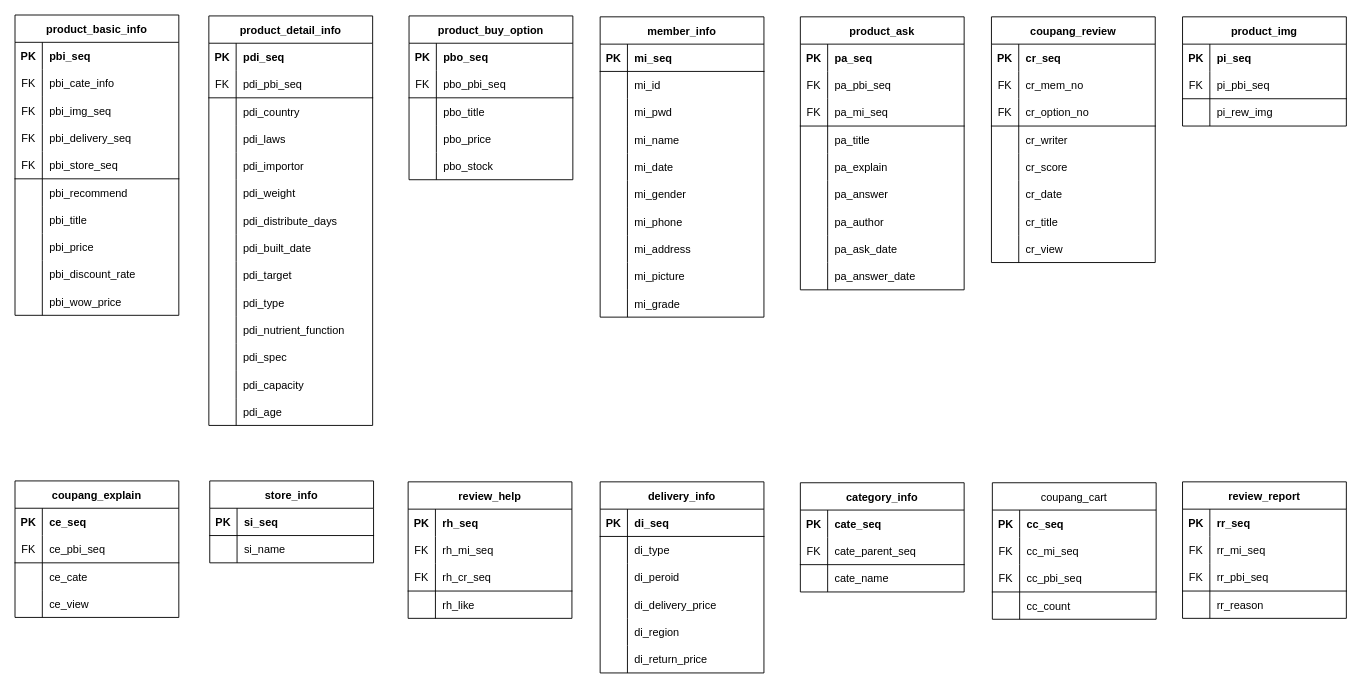
Above: sql_221129/coupang.drawio in nunnunnu/green (draw.io), before the change. Source tidied: cells renumbered, new cells numbered last; positions are measured from the earlier drawing's top-left corner, leaving out a move shared by most shapes. Both pictures are drawn from the tidied source at 91%, with x=0, y=0 at pixel (15, 15).
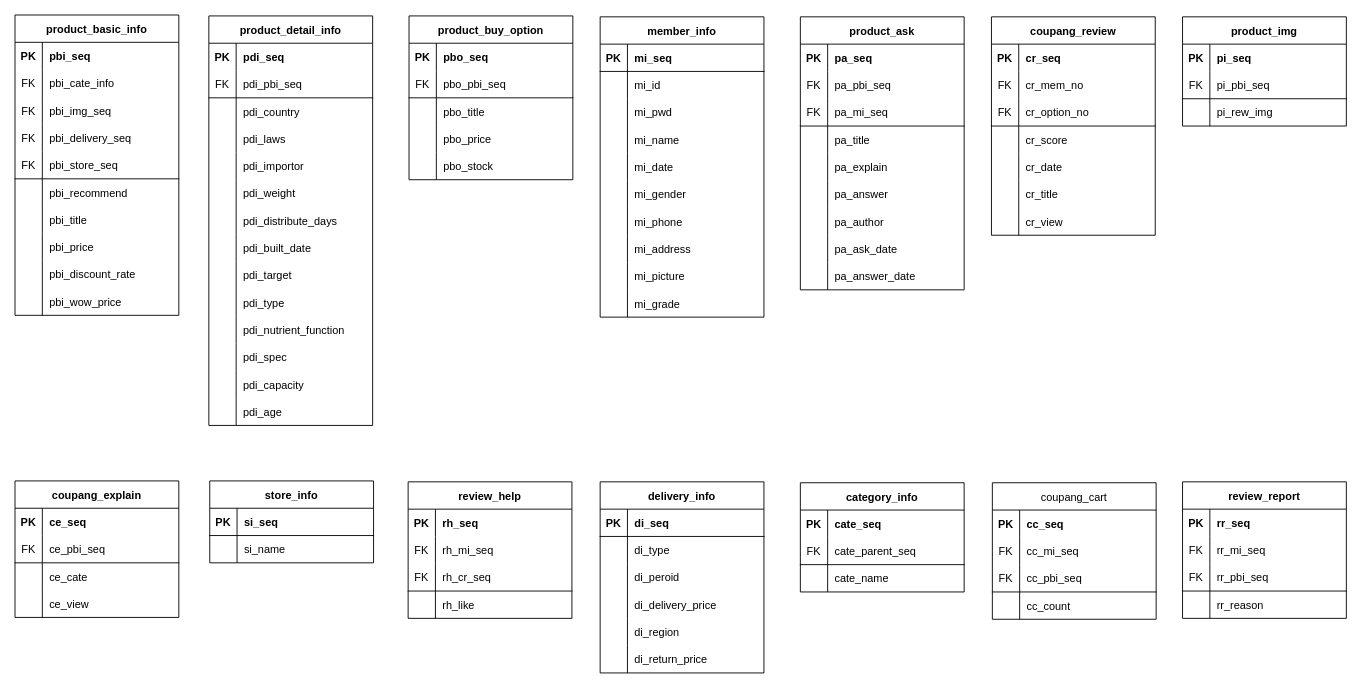
The same page after the edit.

Diff of the diagram source:
```diff
@@
     <mxCell id="151" value="coupang_review" style="shape=table;startSize=30;childLayout=tableLayout;rowLines=0;fontStyle=1;align=center;" parent="1" vertex="1">
-      <mxGeometry x="1073" y="2" width="180" height="270" as="geometry" />
+      <mxGeometry x="1073" y="2" width="180" height="240" as="geometry" />
     </mxCell>
@@
-    <mxCell id="161" style="shape=tableRow;horizontal=0;startSize=0;swimlaneHead=0;swimlaneBody=0;fillColor=none;top=0;left=0;right=0;bottom=0;" parent="151" vertex="1">
-      <mxGeometry y="120" width="180" height="30" as="geometry" />
-    </mxCell>
-    <mxCell id="162" style="shape=partialRectangle;fillColor=none;top=0;left=0;bottom=0;right=0;overflow=hidden;" parent="161" vertex="1">
-      <mxGeometry width="30" height="30" as="geometry" />
-    </mxCell>
-    <mxCell id="163" value="cr_writer" style="shape=partialRectangle;fillColor=none;top=0;left=0;bottom=0;right=0;align=left;spacingLeft=6;overflow=hidden;" parent="161" vertex="1">
-      <mxGeometry x="30" width="150" height="30" as="geometry" />
-    </mxCell>
     <mxCell id="164" style="shape=tableRow;horizontal=0;startSize=0;swimlaneHead=0;swimlaneBody=0;fillColor=none;top=0;left=0;right=0;bottom=0;" parent="151" vertex="1">
-      <mxGeometry y="150" width="180" height="30" as="geometry" />
+      <mxGeometry y="120" width="180" height="30" as="geometry" />
     </mxCell>
@@
     <mxCell id="167" style="shape=tableRow;horizontal=0;startSize=0;swimlaneHead=0;swimlaneBody=0;fillColor=none;top=0;left=0;right=0;bottom=0;" parent="151" vertex="1">
-      <mxGeometry y="180" width="180" height="30" as="geometry" />
+      <mxGeometry y="150" width="180" height="30" as="geometry" />
     </mxCell>
@@
     <mxCell id="170" style="shape=tableRow;horizontal=0;startSize=0;swimlaneHead=0;swimlaneBody=0;fillColor=none;top=0;left=0;right=0;bottom=0;" parent="151" vertex="1">
-      <mxGeometry y="210" width="180" height="30" as="geometry" />
+      <mxGeometry y="180" width="180" height="30" as="geometry" />
     </mxCell>
@@
     <mxCell id="173" style="shape=tableRow;horizontal=0;startSize=0;swimlaneHead=0;swimlaneBody=0;fillColor=none;top=0;left=0;right=0;bottom=0;" parent="151" vertex="1">
-      <mxGeometry y="240" width="180" height="30" as="geometry" />
+      <mxGeometry y="210" width="180" height="30" as="geometry" />
     </mxCell>
```
